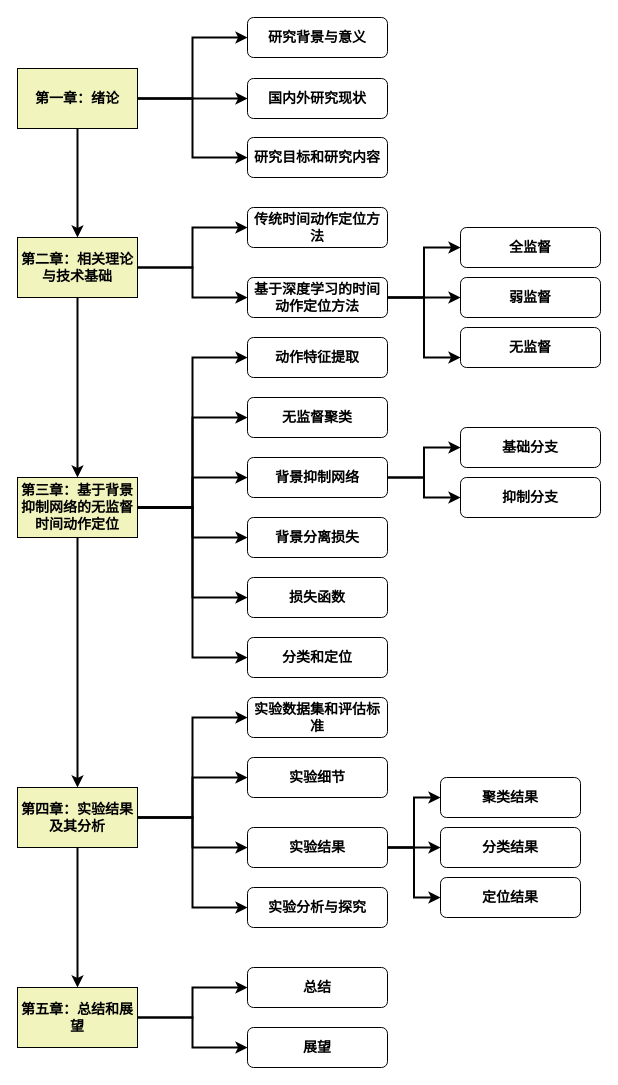
This is 论文/论文结构图.drawio from zhou-ning/Diagrams, a draw.io file, before an edit. Source tidied: cells renumbered, new cells numbered last; positions are measured from the earlier drawing's top-left corner, leaving out a move shared by most shapes. Both pictures are drawn from the tidied source at 100%, with x=0, y=0 at pixel (17, 17).
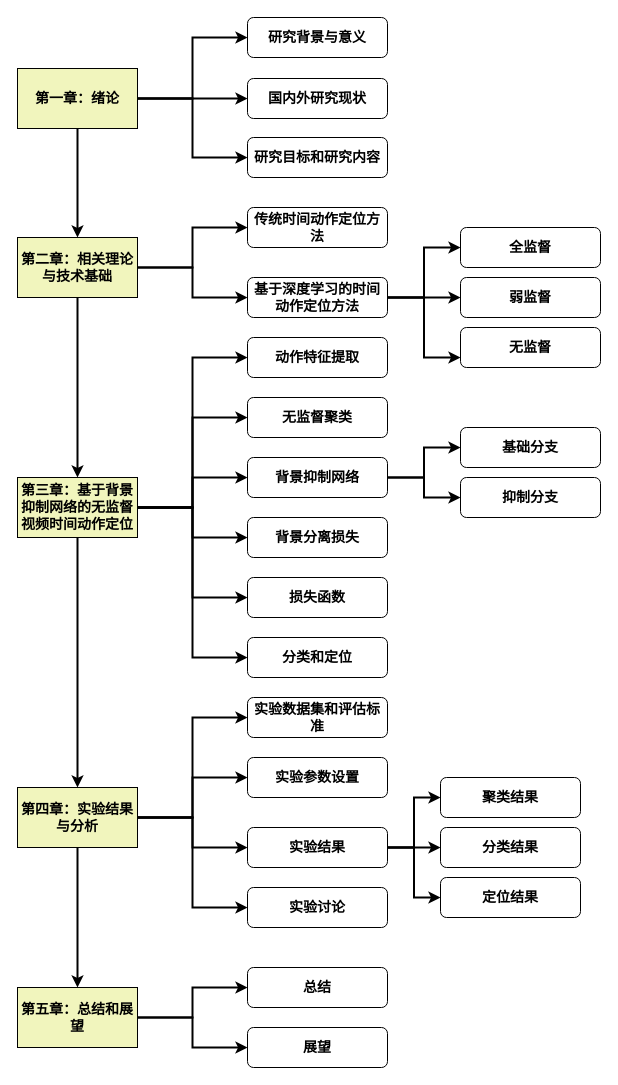
The same diagram, later.

Commit message:
Update 论文结构图.drawio

What changed in the source:
```diff
@@
-    <mxCell id="12" value="第三章：基于背景抑制网络的无监督时间动作定位" style="rounded=0;whiteSpace=wrap;html=1;fillColor=#F1F5BD;fontSize=14;fontStyle=1;" parent="1" vertex="1">
+    <mxCell id="12" value="第三章：基于背景抑制网络的无监督视频时间动作定位" style="rounded=0;whiteSpace=wrap;html=1;fillColor=#F1F5BD;fontSize=14;fontStyle=1;" parent="1" vertex="1">
       <mxGeometry y="460" width="120" height="60" as="geometry" />
     </mxCell>
@@
-    <mxCell id="18" value="第四章：实验结果及其分析" style="rounded=0;whiteSpace=wrap;html=1;fillColor=#F1F5BD;fontSize=14;fontStyle=1;" parent="1" vertex="1">
+    <mxCell id="18" value="第四章：实验结果与分析" style="rounded=0;whiteSpace=wrap;html=1;fillColor=#F1F5BD;fontSize=14;fontStyle=1;" parent="1" vertex="1">
       <mxGeometry y="770" width="120" height="60" as="geometry" />
     </mxCell>
@@
-    <mxCell id="46" value="实验细节" style="rounded=1;whiteSpace=wrap;html=1;fillColor=#FFFFFF;fontSize=14;fontStyle=1;" parent="1" vertex="1">
+    <mxCell id="46" value="实验参数设置" style="rounded=1;whiteSpace=wrap;html=1;fillColor=#FFFFFF;fontSize=14;fontStyle=1;" parent="1" vertex="1">
       <mxGeometry x="230" y="740" width="140" height="40" as="geometry" />
     </mxCell>
@@
-    <mxCell id="51" value="实验分析与探究" style="rounded=1;whiteSpace=wrap;html=1;fillColor=#FFFFFF;fontSize=14;fontStyle=1;" parent="1" vertex="1">
+    <mxCell id="51" value="实验讨论" style="rounded=1;whiteSpace=wrap;html=1;fillColor=#FFFFFF;fontSize=14;fontStyle=1;" parent="1" vertex="1">
       <mxGeometry x="230" y="870" width="140" height="40" as="geometry" />
     </mxCell>
```
